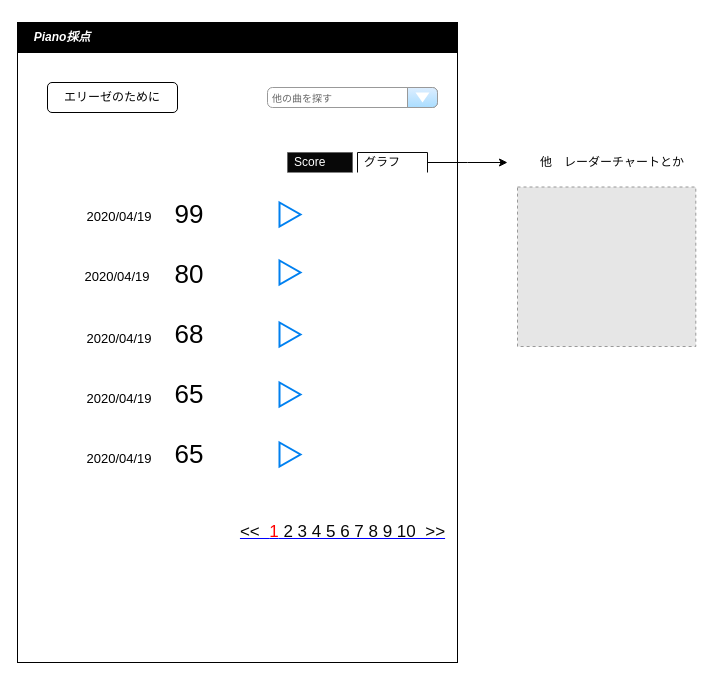
The draw.io diagram page "MYSCORE（Score)" (3 of 4) of ryo/Piano-Skill-Assessment.drawio in smygw72/P-KAI, before the edit. Source tidied: cells renumbered, new cells numbered last; positions are measured from the earlier drawing's top-left corner, leaving out a move shared by most shapes. Both pictures are drawn from the tidied source at 100%, with x=0, y=0 at pixel (17, 22). Pictures stored in the file or linked from it are replaced by grey dashed boxes.
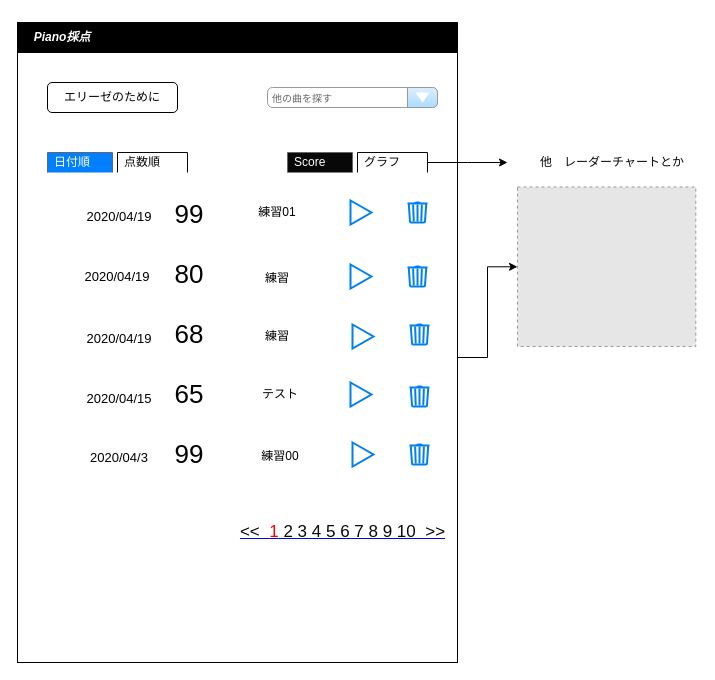
Above is the later version.

Unchanged cells that the change refers to:
```xml
<mxCell id="2" style="rounded=0;whiteSpace=wrap;html=1;" parent="1" vertex="1">
  <mxGeometry y="30" width="440" height="610" as="geometry" />
</mxCell>
<mxCell id="3" style="group;" parent="1" vertex="1">
  <mxGeometry x="102" y="170" width="241" height="30" as="geometry" />
</mxCell>
<mxCell id="28" style="fillColor=#E6E6E6;strokeColor=#999999;dashed=1;verticalLabelPosition=bottom;labelBackgroundColor=#ffffff;verticalAlign=top;" parent="1" vertex="1">
  <mxGeometry x="500" y="164.5" width="178.3" height="159.5" as="geometry" />
</mxCell>
```

What changed in the source:
```diff
@@
+    <mxCell id="29" style="edgeStyle=orthogonalEdgeStyle;rounded=0;jettySize=auto;html=1;" parent="1" edge="1" source="2" target="28">
+      <mxGeometry relative="1" as="geometry" />
+    </mxCell>
@@
     <mxCell id="5" style="html=1;verticalLabelPosition=bottom;align=center;labelBackgroundColor=#ffffff;verticalAlign=top;strokeWidth=2;strokeColor=#0080F0;shadow=0;dashed=0;shape=mxgraph.ios7.icons.play;fontSize=26;fontColor=none;fillColor=none;" parent="3" vertex="1">
-      <mxGeometry x="160" y="10" width="21" height="24" as="geometry" />
+      <mxGeometry x="231" y="8" width="21" height="24" as="geometry" />
     </mxCell>
@@
     <mxCell id="8" style="html=1;verticalLabelPosition=bottom;align=center;labelBackgroundColor=#ffffff;verticalAlign=top;strokeWidth=2;strokeColor=#0080F0;shadow=0;dashed=0;shape=mxgraph.ios7.icons.play;fontSize=26;fontColor=none;fillColor=none;" parent="1" vertex="1">
-      <mxGeometry x="262" y="300" width="21" height="24" as="geometry" />
+      <mxGeometry x="335" y="302" width="21" height="24" as="geometry" />
     </mxCell>
@@
     <mxCell id="10" style="html=1;verticalLabelPosition=bottom;align=center;labelBackgroundColor=#ffffff;verticalAlign=top;strokeWidth=2;strokeColor=#0080F0;shadow=0;dashed=0;shape=mxgraph.ios7.icons.play;fontSize=26;fontColor=none;fillColor=none;" parent="1" vertex="1">
-      <mxGeometry x="262" y="360" width="21" height="24" as="geometry" />
+      <mxGeometry x="333" y="360" width="21" height="24" as="geometry" />
     </mxCell>
-    <mxCell id="11" value="65" style="text;html=1;strokeColor=none;fillColor=none;align=center;verticalAlign=middle;whiteSpace=wrap;rounded=0;labelBackgroundColor=none;fontSize=26;fontColor=none;" parent="1" vertex="1">
+    <mxCell id="11" value="99" style="text;html=1;strokeColor=none;fillColor=none;align=center;verticalAlign=middle;whiteSpace=wrap;rounded=0;labelBackgroundColor=none;fontSize=26;fontColor=none;" parent="1" vertex="1">
       <mxGeometry x="152" y="422" width="40" height="20" as="geometry" />
     </mxCell>
@@
-    <mxCell id="16" style="html=1;verticalLabelPosition=bottom;align=center;labelBackgroundColor=#ffffff;verticalAlign=top;strokeWidth=2;strokeColor=#0080F0;shadow=0;dashed=0;shape=mxgraph.ios7.icons.play;fontSize=26;fontColor=none;fillColor=none;" parent="1" vertex="1">
-      <mxGeometry x="262" y="238" width="21" height="24" as="geometry" />
-    </mxCell>
     <mxCell id="17" style="html=1;verticalLabelPosition=bottom;align=center;labelBackgroundColor=#ffffff;verticalAlign=top;strokeWidth=2;strokeColor=#0080F0;shadow=0;dashed=0;shape=mxgraph.ios7.icons.play;fontSize=26;fontColor=none;fillColor=none;" parent="1" vertex="1">
-      <mxGeometry x="262" y="420" width="21" height="24" as="geometry" />
+      <mxGeometry x="335" y="420" width="21" height="24" as="geometry" />
     </mxCell>
@@
-    <mxCell id="21" value="&lt;font style=&quot;font-size: 13px&quot;&gt;2020/04/19&lt;/font&gt;" style="text;html=1;strokeColor=none;fillColor=none;align=center;verticalAlign=middle;whiteSpace=wrap;rounded=0;labelBackgroundColor=none;fontSize=26;fontColor=#000000;" parent="1" vertex="1">
+    <mxCell id="21" value="&lt;font style=&quot;font-size: 13px&quot;&gt;2020/04/15&lt;/font&gt;" style="text;html=1;strokeColor=none;fillColor=none;align=center;verticalAlign=middle;whiteSpace=wrap;rounded=0;labelBackgroundColor=none;fontSize=26;fontColor=#000000;" parent="1" vertex="1">
       <mxGeometry x="82" y="362" width="40" height="20" as="geometry" />
     </mxCell>
-    <mxCell id="22" value="&lt;font style=&quot;font-size: 13px&quot;&gt;2020/04/19&lt;/font&gt;" style="text;html=1;strokeColor=none;fillColor=none;align=center;verticalAlign=middle;whiteSpace=wrap;rounded=0;labelBackgroundColor=none;fontSize=26;fontColor=#000000;" parent="1" vertex="1">
-      <mxGeometry x="82" y="422" width="40" height="20" as="geometry" />
+    <mxCell id="22" value="&lt;font style=&quot;font-size: 13px&quot;&gt;2020/04/3&lt;br&gt;&lt;/font&gt;" style="text;html=1;strokeColor=none;fillColor=none;align=center;verticalAlign=middle;whiteSpace=wrap;rounded=0;labelBackgroundColor=none;fontSize=26;fontColor=#000000;" parent="1" vertex="1">
+      <mxGeometry x="82" y="421" width="40" height="20" as="geometry" />
     </mxCell>
@@
+    <mxCell id="30" style="html=1;verticalLabelPosition=bottom;align=center;labelBackgroundColor=#ffffff;verticalAlign=top;strokeWidth=2;strokeColor=#0080F0;shadow=0;dashed=0;shape=mxgraph.ios7.icons.trashcan;" parent="1" vertex="1">
+      <mxGeometry x="390" y="180" width="20" height="20" as="geometry" />
+    </mxCell>
+    <mxCell id="31" value="練習01" style="text;html=1;strokeColor=none;fillColor=none;align=center;verticalAlign=middle;whiteSpace=wrap;rounded=0;" parent="1" vertex="1">
+      <mxGeometry x="230" y="180" width="60" height="20" as="geometry" />
+    </mxCell>
+    <mxCell id="32" style="html=1;verticalLabelPosition=bottom;align=center;labelBackgroundColor=#ffffff;verticalAlign=top;strokeWidth=2;strokeColor=#0080F0;shadow=0;dashed=0;shape=mxgraph.ios7.icons.play;fontSize=26;fontColor=none;fillColor=none;" parent="1" vertex="1">
+      <mxGeometry x="333" y="242" width="21" height="24" as="geometry" />
+    </mxCell>
+    <mxCell id="33" style="html=1;verticalLabelPosition=bottom;align=center;labelBackgroundColor=#ffffff;verticalAlign=top;strokeWidth=2;strokeColor=#0080F0;shadow=0;dashed=0;shape=mxgraph.ios7.icons.trashcan;" parent="1" vertex="1">
+      <mxGeometry x="390" y="244" width="20" height="20" as="geometry" />
+    </mxCell>
+    <mxCell id="34" style="html=1;verticalLabelPosition=bottom;align=center;labelBackgroundColor=#ffffff;verticalAlign=top;strokeWidth=2;strokeColor=#0080F0;shadow=0;dashed=0;shape=mxgraph.ios7.icons.trashcan;" parent="1" vertex="1">
+      <mxGeometry x="392" y="302" width="20" height="20" as="geometry" />
+    </mxCell>
+    <mxCell id="35" style="html=1;verticalLabelPosition=bottom;align=center;labelBackgroundColor=#ffffff;verticalAlign=top;strokeWidth=2;strokeColor=#0080F0;shadow=0;dashed=0;shape=mxgraph.ios7.icons.trashcan;" parent="1" vertex="1">
+      <mxGeometry x="392" y="364" width="20" height="20" as="geometry" />
+    </mxCell>
+    <mxCell id="36" style="html=1;verticalLabelPosition=bottom;align=center;labelBackgroundColor=#ffffff;verticalAlign=top;strokeWidth=2;strokeColor=#0080F0;shadow=0;dashed=0;shape=mxgraph.ios7.icons.trashcan;" parent="1" vertex="1">
+      <mxGeometry x="392" y="422" width="20" height="20" as="geometry" />
+    </mxCell>
+    <mxCell id="37" value="&lt;font color=&quot;#ffffff&quot;&gt;日付順&lt;/font&gt;" style="strokeWidth=1;shadow=0;dashed=0;align=center;html=1;shape=mxgraph.mockup.forms.uRect;fontSize=12;fontColor=#666666;align=left;spacingLeft=5;strokeColor=#666666;labelBackgroundColor=none;fontStyle=0;fillColor=#007FFF;" parent="1" vertex="1">
+      <mxGeometry x="30" y="130" width="65" height="20" as="geometry" />
+    </mxCell>
+    <mxCell id="38" value="点数順" style="strokeWidth=1;shadow=0;dashed=0;align=center;html=1;shape=mxgraph.mockup.forms.uRect;fontSize=12;align=left;spacingLeft=5;labelBackgroundColor=none;fillColor=#FFFFFF;fontColor=#080808;strokeColor=#080808;" parent="1" vertex="1">
+      <mxGeometry x="100" y="130" width="70" height="20" as="geometry" />
+    </mxCell>
+    <mxCell id="39" value="練習" style="text;html=1;strokeColor=none;fillColor=none;align=center;verticalAlign=middle;whiteSpace=wrap;rounded=0;" parent="1" vertex="1">
+      <mxGeometry x="230" y="246" width="60" height="20" as="geometry" />
+    </mxCell>
+    <mxCell id="40" value="練習" style="text;html=1;strokeColor=none;fillColor=none;align=center;verticalAlign=middle;whiteSpace=wrap;rounded=0;" parent="1" vertex="1">
+      <mxGeometry x="230" y="304" width="60" height="20" as="geometry" />
+    </mxCell>
+    <mxCell id="41" value="テスト" style="text;html=1;strokeColor=none;fillColor=none;align=center;verticalAlign=middle;whiteSpace=wrap;rounded=0;" parent="1" vertex="1">
+      <mxGeometry x="233" y="362" width="60" height="20" as="geometry" />
+    </mxCell>
+    <mxCell id="42" value="練習00" style="text;html=1;strokeColor=none;fillColor=none;align=center;verticalAlign=middle;whiteSpace=wrap;rounded=0;" parent="1" vertex="1">
+      <mxGeometry x="233" y="424" width="60" height="20" as="geometry" />
+    </mxCell>
```
